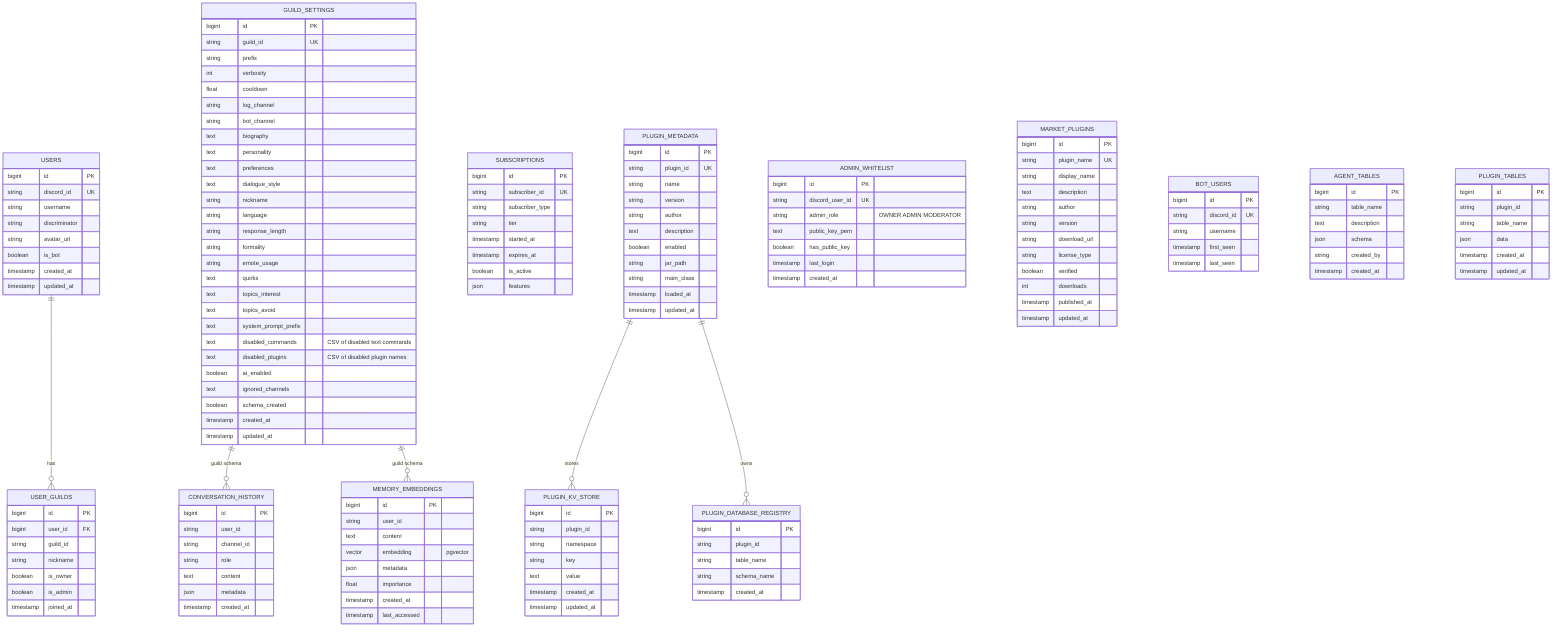
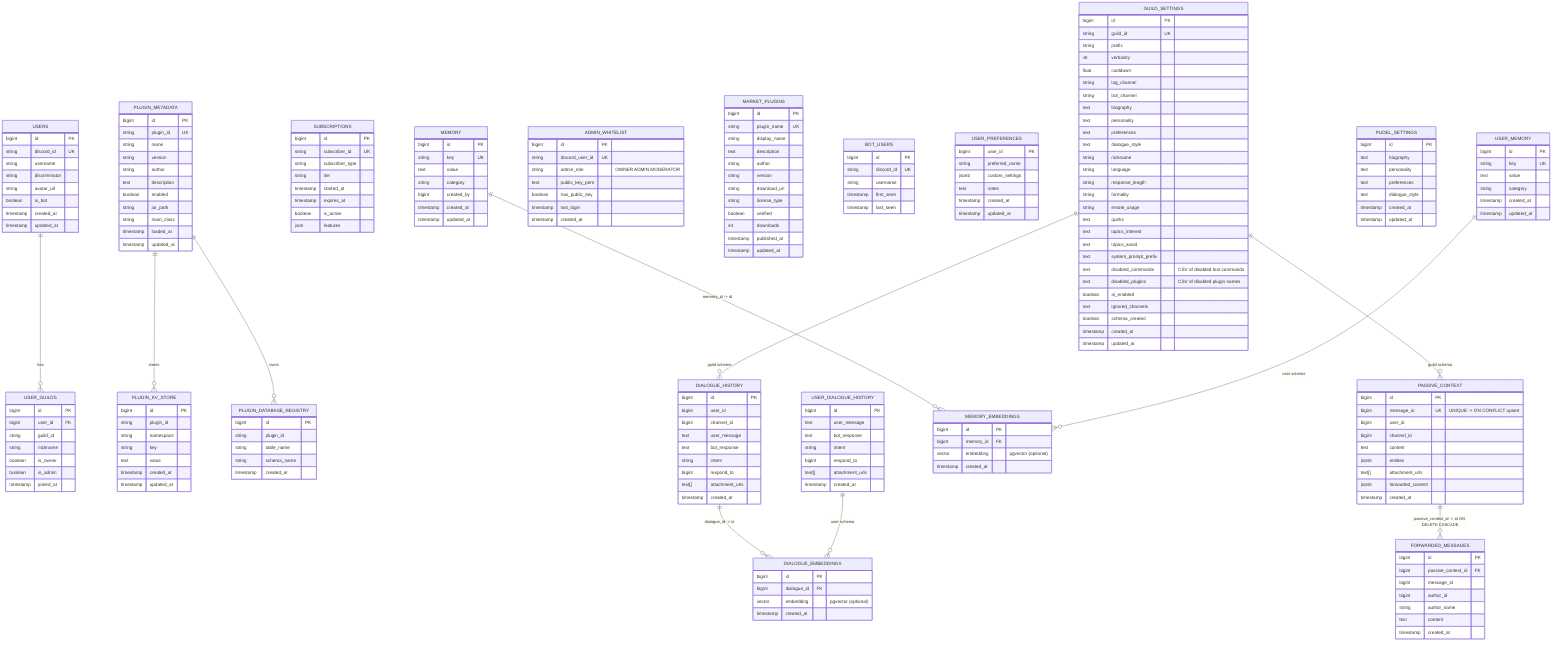
- %% Pudel Database Schema v2.1.1
+ %% Pudel Database Schema — schema-as-code (managed in Java)

erDiagram
-     %% Public Schema (Shared)
- 
+     %% Public Schema (Hibernate-managed JPA entities)
    USERS {
        bigint id PK
        string discord_id UK
        string username
        string discriminator
        string avatar_url
        boolean is_bot
        timestamp created_at
        timestamp updated_at
    }
- 
    GUILD_SETTINGS {
        bigint id PK
        string guild_id UK
        string prefix
        int verbosity
        float cooldown
        string log_channel
        string bot_channel
        text biography
        text personality
        text preferences
        text dialogue_style
        string nickname
        string language
        string response_length
        string formality
        string emote_usage
        text quirks
        text topics_interest
        text topics_avoid
        text system_prompt_prefix
        text disabled_commands "CSV of disabled text commands"
        text disabled_plugins "CSV of disabled plugin names"
        boolean ai_enabled
        text ignored_channels
        boolean schema_created
        timestamp created_at
        timestamp updated_at
    }
- 
    USER_GUILDS {
        bigint id PK
        bigint user_id FK
        string guild_id
        string nickname
        boolean is_owner
        boolean is_admin
        timestamp joined_at
    }
- 
    SUBSCRIPTIONS {
        bigint id PK
        string subscriber_id UK
        string subscriber_type
        string tier
        timestamp started_at
        timestamp expires_at
        boolean is_active
        json features
    }
- 
    PLUGIN_METADATA {
        bigint id PK
        string plugin_id UK
        string name
        string version
        string author
        text description
        boolean enabled
        string jar_path
        string main_class
        timestamp loaded_at
        timestamp updated_at
    }
- 
    PLUGIN_KV_STORE {
        bigint id PK
        string plugin_id
        string namespace
        string key
        text value
        timestamp created_at
        timestamp updated_at
    }
- 
    PLUGIN_DATABASE_REGISTRY {
        bigint id PK
        string plugin_id
        string table_name
        string schema_name
        timestamp created_at
    }
- 
    ADMIN_WHITELIST {
        bigint id PK
        string discord_user_id UK
        string admin_role "OWNER ADMIN MODERATOR"
        text public_key_pem
        boolean has_public_key
        timestamp last_login
        timestamp created_at
    }
- 
    MARKET_PLUGINS {
        bigint id PK
        string plugin_name UK
        string display_name
        text description
        string author
        string version
        string download_url
        string license_type
        boolean verified
        int downloads
        timestamp published_at
        timestamp updated_at
    }
- 
    BOT_USERS {
        bigint id PK
        string discord_id UK
        string username
        timestamp first_seen
        timestamp last_seen
    }

-     %% Guild Schema (Per-guild isolation: guild_{id})
- 
-     CONVERSATION_HISTORY {
-         bigint id PK
-         string user_id
-         string channel_id
-         string role
+     %% Per-guild schema (guild_{id}) — SchemaManagementService reconciled
+     %% (dialogue_history, passive_context, forwarded_messages, user_preferences,
+     %%  memory) + pgvector (memory_embeddings, dialogue_embeddings)
+     DIALOGUE_HISTORY {
+         bigint id PK
+         bigint user_id
+         bigint channel_id
+         text user_message
+         text bot_response
+         string intent
+         bigint respond_to
+         text[] attachment_urls
+         timestamp created_at
+     }
+     PASSIVE_CONTEXT {
+         bigint id PK
+         bigint message_id UK "UNIQUE -> ON CONFLICT upsert"
+         bigint user_id
+         bigint channel_id
        text content
-         json metadata
-         timestamp created_at
-     }
- 
+         jsonb entities
+         text[] attachment_urls
+         jsonb forwarded_content
+         timestamp created_at
+     }
+     FORWARDED_MESSAGES {
+         bigint id PK
+         bigint passive_context_id FK
+         bigint message_id
+         bigint author_id
+         string author_name
+         text content
+         timestamp created_at
+     }
+     USER_PREFERENCES {
+         bigint user_id PK
+         string preferred_name
+         jsonb custom_settings
+         text notes
+         timestamp created_at
+         timestamp updated_at
+     }
+     MEMORY {
+         bigint id PK
+         string key UK
+         text value
+         string category
+         bigint created_by
+         timestamp created_at
+         timestamp updated_at
+     }
    MEMORY_EMBEDDINGS {
        bigint id PK
-         string user_id
-         text content
-         vector embedding "pgvector"
-         json metadata
-         float importance
-         timestamp created_at
-         timestamp last_accessed
-     }
- 
-     AGENT_TABLES {
-         bigint id PK
-         string table_name
-         text description
-         json schema
-         string created_by
-         timestamp created_at
-     }
- 
-     PLUGIN_TABLES {
-         bigint id PK
-         string plugin_id
-         string table_name
-         json data
+         bigint memory_id FK
+         vector embedding "pgvector (optional)"
+         timestamp created_at
+     }
+     DIALOGUE_EMBEDDINGS {
+         bigint id PK
+         bigint dialogue_id FK
+         vector embedding "pgvector (optional)"
+         timestamp created_at
+     }
+ 
+     %% Per-user schema (user_{id}) — SchemaManagementService reconciled
+     PUDEL_SETTINGS {
+         bigint id PK
+         text biography
+         text personality
+         text preferences
+         text dialogue_style
+         timestamp created_at
+         timestamp updated_at
+     }
+     USER_DIALOGUE_HISTORY {
+         bigint id PK
+         text user_message
+         text bot_response
+         string intent
+         bigint respond_to
+         text[] attachment_urls
+         timestamp created_at
+     }
+     USER_MEMORY {
+         bigint id PK
+         string key UK
+         text value
+         string category
        timestamp created_at
        timestamp updated_at
    }

    %% Relationships
    USERS ||--o{ USER_GUILDS : has
-     GUILD_SETTINGS ||--o{ CONVERSATION_HISTORY : "guild schema"
-     GUILD_SETTINGS ||--o{ MEMORY_EMBEDDINGS : "guild schema"
+     GUILD_SETTINGS ||--o{ DIALOGUE_HISTORY : "guild schema"
+     GUILD_SETTINGS ||--o{ PASSIVE_CONTEXT : "guild schema"
    PLUGIN_METADATA ||--o{ PLUGIN_KV_STORE : stores
    PLUGIN_METADATA ||--o{ PLUGIN_DATABASE_REGISTRY : owns
+     PASSIVE_CONTEXT ||--o{ FORWARDED_MESSAGES : "passive_context_id -> id ON DELETE CASCADE"
+     MEMORY ||--o{ MEMORY_EMBEDDINGS : "memory_id -> id"
+     DIALOGUE_HISTORY ||--o{ DIALOGUE_EMBEDDINGS : "dialogue_id -> id"
+     USER_MEMORY ||--o{ MEMORY_EMBEDDINGS : "user schema"
+     USER_DIALOGUE_HISTORY ||--o{ DIALOGUE_EMBEDDINGS : "user schema"
